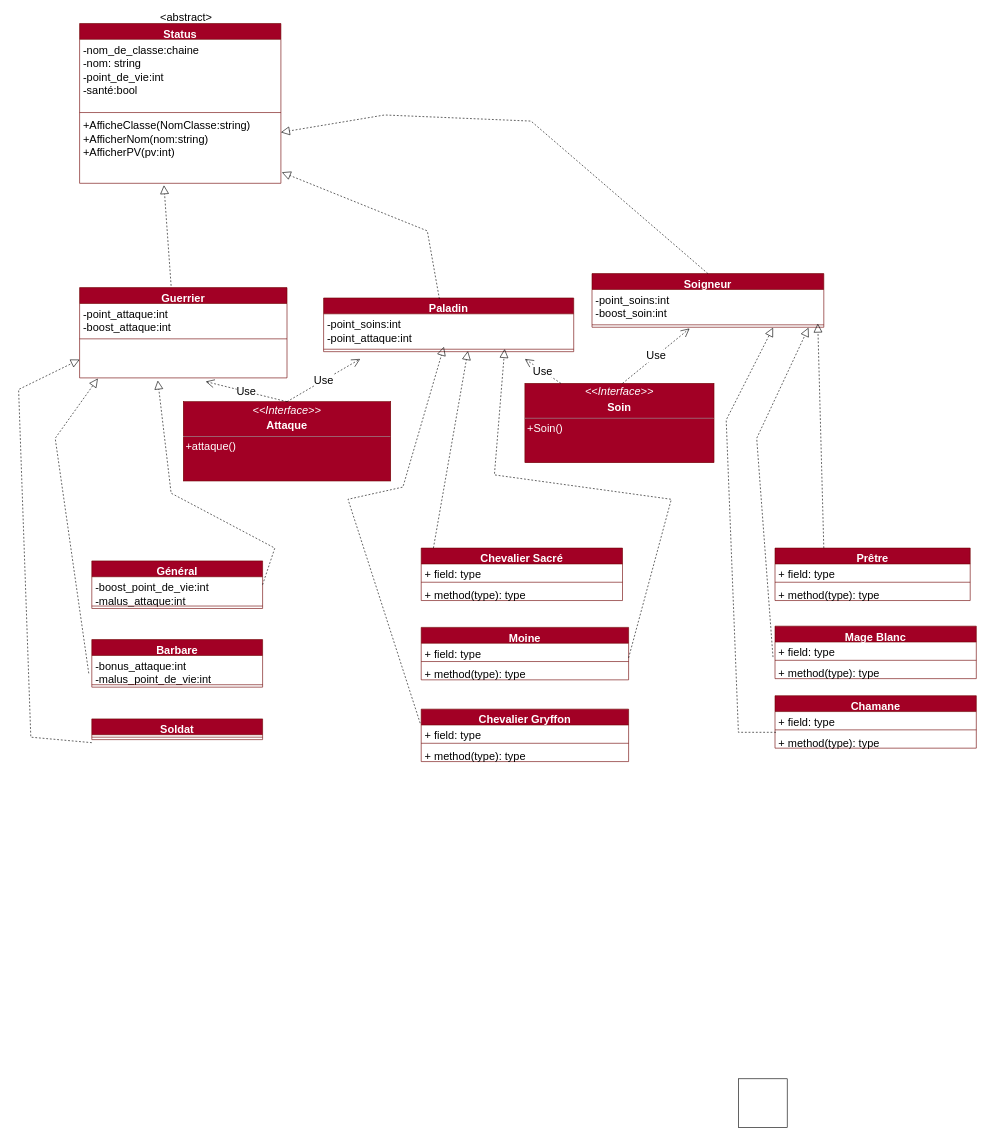
noe-bbat/pootp keeps this draw.io diagram as page "Page-2" (2 of 2) of Diagramme sans nom.drawio. Above is the earlier version. Source tidied: cells renumbered, new cells numbered last; positions are measured from the earlier drawing's top-left corner, leaving out a move shared by most shapes. Both pictures are drawn from the tidied source at 61%, with x=0, y=0 at pixel (18, 11).
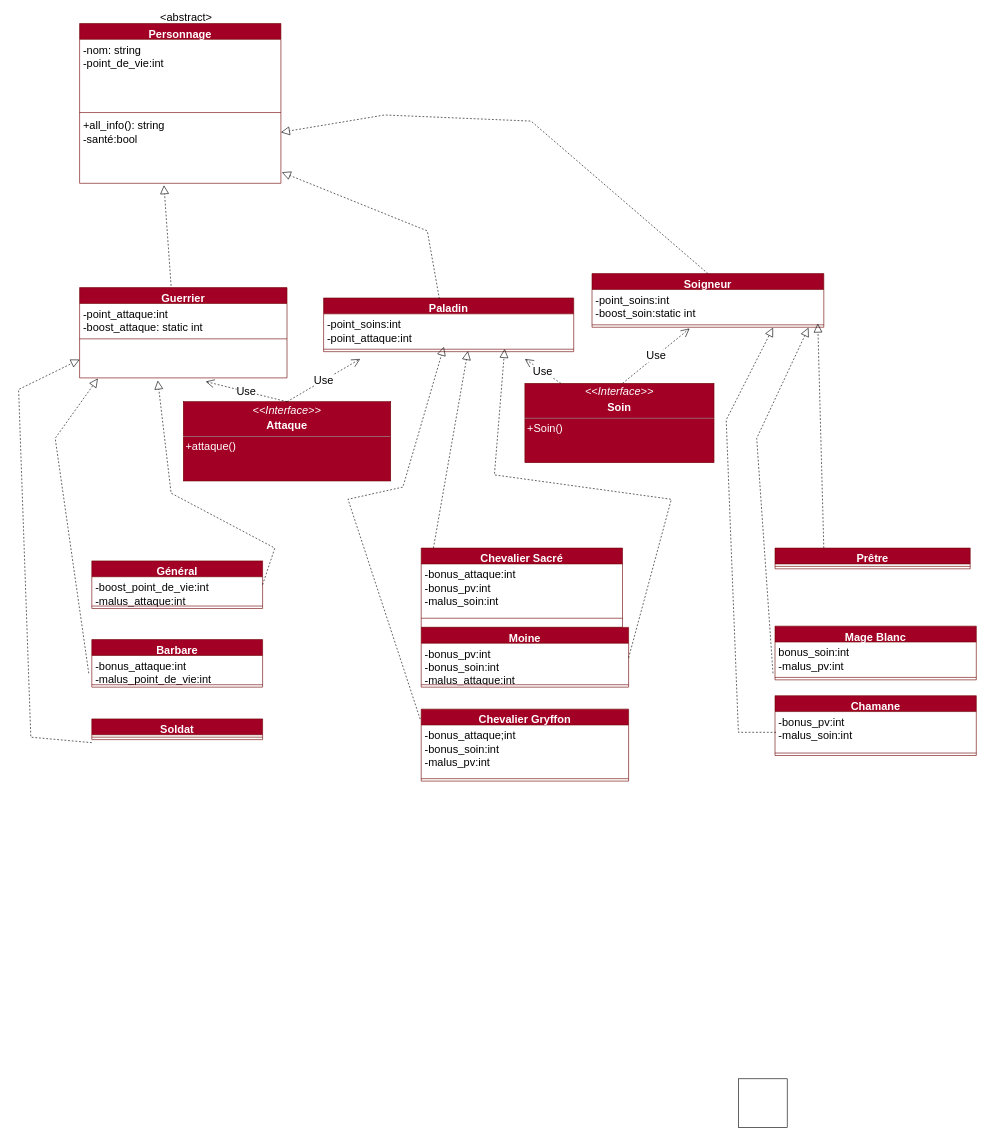
After the change.

Commit message:
Mettre à jour Diagramme sans nom.drawio

The change refers to these unchanged cells:
```xml
<mxCell id="7" value="Guerrier" style="swimlane;fontStyle=1;align=center;verticalAlign=top;horizontal=1;startSize=26;fontSize=18;fillColor=#a20025;fontColor=#ffffff;strokeColor=#6F0000;" parent="1" vertex="1">
  <mxGeometry x="100" y="453" width="340" height="148" as="geometry" />
</mxCell>
<mxCell id="11" value="Soigneur" style="swimlane;fontStyle=1;align=center;verticalAlign=top;horizontal=1;startSize=26;fontSize=18;fillColor=#a20025;fontColor=#ffffff;strokeColor=#6F0000;" parent="1" vertex="1">
  <mxGeometry x="940" y="430" width="380" height="88" as="geometry" />
</mxCell>
<mxCell id="13" style="line;strokeWidth=1;fillColor=none;align=left;verticalAlign=middle;spacingTop=-1;spacingLeft=3;spacingRight=3;labelPosition=right;points=[];portConstraint=eastwest;strokeColor=inherit;fontSize=18;" parent="11" vertex="1">
  <mxGeometry y="80" width="380" height="8" as="geometry" />
</mxCell>
```

What changed in the source:
```diff
@@
-    <mxCell id="3" value="Status&#10;" style="swimlane;fontStyle=1;align=center;verticalAlign=top;horizontal=1;startSize=26;fontSize=18;fillColor=#a20025;fontColor=#ffffff;strokeColor=#6F0000;" parent="1" vertex="1">
+    <mxCell id="3" value="Personnage&#10;" style="swimlane;fontStyle=1;align=center;verticalAlign=top;horizontal=1;startSize=26;fontSize=18;fillColor=#a20025;fontColor=#ffffff;strokeColor=#6F0000;" parent="1" vertex="1">
       <mxGeometry x="100" y="20" width="330" height="262" as="geometry" />
     </mxCell>
-    <mxCell id="4" value="-nom_de_classe:chaine&#10;-nom: string&#10;-point_de_vie:int&#10;-santé:bool&#10;&#10;" style="text;strokeColor=none;fillColor=none;align=left;verticalAlign=top;spacingLeft=4;spacingRight=4;overflow=hidden;fontSize=18;" parent="3" vertex="1">
+    <mxCell id="4" value="-nom: string&#10;-point_de_vie:int&#10;&#10;&#10;" style="text;strokeColor=none;fillColor=none;align=left;verticalAlign=top;spacingLeft=4;spacingRight=4;overflow=hidden;fontSize=18;" parent="3" vertex="1">
       <mxGeometry y="26" width="330" height="116" as="geometry" />
     </mxCell>
@@
-    <mxCell id="6" value="+AfficheClasse(NomClasse:string)&#10;+AfficherNom(nom:string)&#10;+AfficherPV(pv:int)&#10;&#10;&#10;&#10;&#10;&#10;&#10;" style="text;strokeColor=none;fillColor=none;align=left;verticalAlign=top;spacingLeft=4;spacingRight=4;overflow=hidden;points=[[0,0.5],[1,0.5]];portConstraint=eastwest;fontSize=18;" parent="3" vertex="1">
+    <mxCell id="6" value="+all_info(): string&#10;-santé:bool&#10;&#10;&#10;&#10;&#10;&#10;&#10;" style="text;strokeColor=none;fillColor=none;align=left;verticalAlign=top;spacingLeft=4;spacingRight=4;overflow=hidden;points=[[0,0.5],[1,0.5]];portConstraint=eastwest;fontSize=18;" parent="3" vertex="1">
       <mxGeometry y="150" width="330" height="112" as="geometry" />
     </mxCell>
@@
-    <mxCell id="8" value="-point_attaque:int&#10;-boost_attaque:int&#10;" style="text;strokeColor=none;fillColor=none;align=left;verticalAlign=top;spacingLeft=4;spacingRight=4;overflow=hidden;fontSize=18;" parent="7" vertex="1">
+    <mxCell id="8" value="-point_attaque:int&#10;-boost_attaque: static int&#10;" style="text;strokeColor=none;fillColor=none;align=left;verticalAlign=top;spacingLeft=4;spacingRight=4;overflow=hidden;fontSize=18;" parent="7" vertex="1">
       <mxGeometry y="26" width="340" height="54" as="geometry" />
     </mxCell>
@@
-    <mxCell id="12" value="-point_soins:int&#10;-boost_soin:int&#10;" style="text;strokeColor=none;fillColor=none;align=left;verticalAlign=top;spacingLeft=4;spacingRight=4;overflow=hidden;fontSize=18;" parent="11" vertex="1">
+    <mxCell id="12" value="-point_soins:int&#10;-boost_soin:static int&#10;" style="text;strokeColor=none;fillColor=none;align=left;verticalAlign=top;spacingLeft=4;spacingRight=4;overflow=hidden;fontSize=18;" parent="11" vertex="1">
       <mxGeometry y="26" width="380" height="54" as="geometry" />
     </mxCell>
@@
     <mxCell id="35" value="Chevalier Sacré" style="swimlane;fontStyle=1;align=center;verticalAlign=top;horizontal=1;startSize=26;fontSize=18;fillColor=#a20025;fontColor=#ffffff;strokeColor=#6F0000;" parent="1" vertex="1">
-      <mxGeometry x="660" y="880" width="330" height="86" as="geometry" />
+      <mxGeometry x="660" y="880" width="330" height="130" as="geometry" />
     </mxCell>
@@
-    <mxCell id="37" value="+ field: type" style="text;strokeColor=none;fillColor=none;align=left;verticalAlign=top;spacingLeft=4;spacingRight=4;overflow=hidden;fontSize=18;" parent="35" vertex="1">
-      <mxGeometry y="26" width="330" height="26" as="geometry" />
+    <mxCell id="37" value="-bonus_attaque:int&#10;-bonus_pv:int&#10;-malus_soin:int&#10;&#10;" style="text;strokeColor=none;fillColor=none;align=left;verticalAlign=top;spacingLeft=4;spacingRight=4;overflow=hidden;fontSize=18;" parent="35" vertex="1">
+      <mxGeometry y="26" width="330" height="74" as="geometry" />
     </mxCell>
     <mxCell id="38" style="line;strokeWidth=1;fillColor=none;align=left;verticalAlign=middle;spacingTop=-1;spacingLeft=3;spacingRight=3;labelPosition=right;strokeColor=inherit;fontSize=18;" parent="35" vertex="1">
-      <mxGeometry y="52" width="330" height="8" as="geometry" />
+      <mxGeometry y="100" width="330" height="30" as="geometry" />
     </mxCell>
-    <mxCell id="39" value="+ method(type): type" style="text;strokeColor=none;fillColor=none;align=left;verticalAlign=top;spacingLeft=4;spacingRight=4;overflow=hidden;fontSize=18;" parent="35" vertex="1">
-      <mxGeometry y="60" width="330" height="26" as="geometry" />
-    </mxCell>
     <mxCell id="40" value="Moine" style="swimlane;fontStyle=1;align=center;verticalAlign=top;horizontal=1;startSize=26;fontSize=18;fillColor=#a20025;fontColor=#ffffff;strokeColor=#6F0000;" parent="1" vertex="1">
-      <mxGeometry x="660" y="1010" width="340" height="86" as="geometry" />
+      <mxGeometry x="660" y="1010" width="340" height="98" as="geometry" />
     </mxCell>
-    <mxCell id="41" value="+ field: type" style="text;strokeColor=none;fillColor=none;align=left;verticalAlign=top;spacingLeft=4;spacingRight=4;overflow=hidden;fontSize=18;" parent="40" vertex="1">
-      <mxGeometry y="26" width="340" height="26" as="geometry" />
+    <mxCell id="41" value="-bonus_pv:int&#10;-bonus_soin:int&#10;-malus_attaque:int&#10;" style="text;strokeColor=none;fillColor=none;align=left;verticalAlign=top;spacingLeft=4;spacingRight=4;overflow=hidden;fontSize=18;" parent="40" vertex="1">
+      <mxGeometry y="26" width="340" height="64" as="geometry" />
     </mxCell>
     <mxCell id="42" style="line;strokeWidth=1;fillColor=none;align=left;verticalAlign=middle;spacingTop=-1;spacingLeft=3;spacingRight=3;labelPosition=right;strokeColor=inherit;fontSize=18;" parent="40" vertex="1">
-      <mxGeometry y="52" width="340" height="8" as="geometry" />
+      <mxGeometry y="90" width="340" height="8" as="geometry" />
     </mxCell>
-    <mxCell id="43" value="+ method(type): type" style="text;strokeColor=none;fillColor=none;align=left;verticalAlign=top;spacingLeft=4;spacingRight=4;overflow=hidden;fontSize=18;" parent="40" vertex="1">
-      <mxGeometry y="60" width="340" height="26" as="geometry" />
-    </mxCell>
     <mxCell id="44" value="Chevalier Gryffon" style="swimlane;fontStyle=1;align=center;verticalAlign=top;horizontal=1;startSize=26;fontSize=18;fillColor=#a20025;fontColor=#ffffff;strokeColor=#6F0000;" parent="1" vertex="1">
-      <mxGeometry x="660" y="1144" width="340" height="86" as="geometry" />
+      <mxGeometry x="660" y="1144" width="340" height="118" as="geometry" />
     </mxCell>
-    <mxCell id="45" value="+ field: type" style="text;strokeColor=none;fillColor=none;align=left;verticalAlign=top;spacingLeft=4;spacingRight=4;overflow=hidden;points=[[0,0.5],[1,0.5]];portConstraint=eastwest;fontSize=18;" parent="44" vertex="1">
-      <mxGeometry y="26" width="340" height="26" as="geometry" />
+    <mxCell id="45" value="-bonus_attaque;int&#10;-bonus_soin:int&#10;-malus_pv:int&#10;" style="text;strokeColor=none;fillColor=none;align=left;verticalAlign=top;spacingLeft=4;spacingRight=4;overflow=hidden;points=[[0,0.5],[1,0.5]];portConstraint=eastwest;fontSize=18;" parent="44" vertex="1">
+      <mxGeometry y="26" width="340" height="84" as="geometry" />
     </mxCell>
     <mxCell id="46" style="line;strokeWidth=1;fillColor=none;align=left;verticalAlign=middle;spacingTop=-1;spacingLeft=3;spacingRight=3;labelPosition=right;strokeColor=inherit;fontSize=18;" parent="44" vertex="1">
-      <mxGeometry y="52" width="340" height="8" as="geometry" />
+      <mxGeometry y="110" width="340" height="8" as="geometry" />
     </mxCell>
-    <mxCell id="47" value="+ method(type): type" style="text;strokeColor=none;fillColor=none;align=left;verticalAlign=top;spacingLeft=4;spacingRight=4;overflow=hidden;fontSize=18;" parent="44" vertex="1">
-      <mxGeometry y="60" width="340" height="26" as="geometry" />
-    </mxCell>
     <mxCell id="48" value="Prêtre" style="swimlane;fontStyle=1;align=center;verticalAlign=top;horizontal=1;startSize=26;fontSize=18;fillColor=#a20025;fontColor=#ffffff;strokeColor=#6F0000;" parent="1" vertex="1">
-      <mxGeometry x="1240" y="880" width="320" height="86" as="geometry" />
+      <mxGeometry x="1240" y="880" width="320" height="34" as="geometry" />
     </mxCell>
-    <mxCell id="49" value="+ field: type" style="text;strokeColor=none;fillColor=none;align=left;verticalAlign=top;spacingLeft=4;spacingRight=4;overflow=hidden;fontSize=18;" parent="48" vertex="1">
-      <mxGeometry y="26" width="320" height="26" as="geometry" />
-    </mxCell>
     <mxCell id="50" style="line;strokeWidth=1;fillColor=none;align=left;verticalAlign=middle;spacingTop=-1;spacingLeft=3;spacingRight=3;labelPosition=right;strokeColor=inherit;fontSize=18;" parent="48" vertex="1">
-      <mxGeometry y="52" width="320" height="8" as="geometry" />
+      <mxGeometry y="26" width="320" height="8" as="geometry" />
     </mxCell>
-    <mxCell id="51" value="+ method(type): type" style="text;strokeColor=none;fillColor=none;align=left;verticalAlign=top;spacingLeft=4;spacingRight=4;overflow=hidden;fontSize=18;" parent="48" vertex="1">
-      <mxGeometry y="60" width="320" height="26" as="geometry" />
-    </mxCell>
     <mxCell id="52" value="Mage Blanc" style="swimlane;fontStyle=1;align=center;verticalAlign=top;horizontal=1;startSize=26;fontSize=18;fillColor=#a20025;fontColor=#ffffff;strokeColor=#6F0000;" parent="1" vertex="1">
-      <mxGeometry x="1240" y="1008" width="330" height="86" as="geometry" />
+      <mxGeometry x="1240" y="1008" width="330" height="88" as="geometry" />
     </mxCell>
-    <mxCell id="53" value="+ field: type" style="text;strokeColor=none;fillColor=none;align=left;verticalAlign=top;spacingLeft=4;spacingRight=4;overflow=hidden;points=[[0,0.5],[1,0.5]];portConstraint=eastwest;fontSize=18;" parent="52" vertex="1">
-      <mxGeometry y="26" width="330" height="26" as="geometry" />
+    <mxCell id="53" value="bonus_soin:int&#10;-malus_pv:int&#10;" style="text;strokeColor=none;fillColor=none;align=left;verticalAlign=top;spacingLeft=4;spacingRight=4;overflow=hidden;points=[[0,0.5],[1,0.5]];portConstraint=eastwest;fontSize=18;" parent="52" vertex="1">
+      <mxGeometry y="26" width="330" height="54" as="geometry" />
     </mxCell>
     <mxCell id="54" style="line;strokeWidth=1;fillColor=none;align=left;verticalAlign=middle;spacingTop=-1;spacingLeft=3;spacingRight=3;labelPosition=right;strokeColor=inherit;fontSize=18;" parent="52" vertex="1">
-      <mxGeometry y="52" width="330" height="8" as="geometry" />
+      <mxGeometry y="80" width="330" height="8" as="geometry" />
     </mxCell>
-    <mxCell id="55" value="+ method(type): type" style="text;strokeColor=none;fillColor=none;align=left;verticalAlign=top;spacingLeft=4;spacingRight=4;overflow=hidden;fontSize=18;" parent="52" vertex="1">
-      <mxGeometry y="60" width="330" height="26" as="geometry" />
-    </mxCell>
     <mxCell id="56" value="Chamane" style="swimlane;fontStyle=1;align=center;verticalAlign=top;horizontal=1;startSize=26;fontSize=18;fillColor=#a20025;fontColor=#ffffff;strokeColor=#6F0000;" parent="1" vertex="1">
-      <mxGeometry x="1240" y="1122" width="330" height="86" as="geometry" />
+      <mxGeometry x="1240" y="1122" width="330" height="98" as="geometry" />
     </mxCell>
-    <mxCell id="57" value="+ field: type" style="text;strokeColor=none;fillColor=none;align=left;verticalAlign=top;spacingLeft=4;spacingRight=4;overflow=hidden;fontSize=18;" parent="56" vertex="1">
-      <mxGeometry y="26" width="330" height="26" as="geometry" />
+    <mxCell id="57" value="-bonus_pv:int&#10;-malus_soin:int&#10;" style="text;strokeColor=none;fillColor=none;align=left;verticalAlign=top;spacingLeft=4;spacingRight=4;overflow=hidden;fontSize=18;" parent="56" vertex="1">
+      <mxGeometry y="26" width="330" height="64" as="geometry" />
     </mxCell>
     <mxCell id="58" style="line;strokeWidth=1;fillColor=none;align=left;verticalAlign=middle;spacingTop=-1;spacingLeft=3;spacingRight=3;labelPosition=right;strokeColor=inherit;fontSize=18;" parent="56" vertex="1">
-      <mxGeometry y="52" width="330" height="8" as="geometry" />
+      <mxGeometry y="90" width="330" height="8" as="geometry" />
     </mxCell>
-    <mxCell id="59" value="+ method(type): type" style="text;strokeColor=none;fillColor=none;align=left;verticalAlign=top;spacingLeft=4;spacingRight=4;overflow=hidden;points=[[0,0.5],[1,0.5]];portConstraint=eastwest;fontSize=18;" parent="56" vertex="1">
-      <mxGeometry y="60" width="330" height="26" as="geometry" />
-    </mxCell>
@@
-    <mxCell id="61" style="endArrow=block;dashed=1;endFill=0;endSize=12;html=1;rounded=0;fontSize=18;entryX=0.781;entryY=1.083;entryDx=0;entryDy=0;entryPerimeter=0;exitX=0.005;exitY=0;exitDx=0;exitDy=0;exitPerimeter=0;" parent="1" edge="1" source="59" target="13">
+    <mxCell id="61" style="endArrow=block;dashed=1;endFill=0;endSize=12;html=1;rounded=0;fontSize=18;entryX=0.781;entryY=1.083;entryDx=0;entryDy=0;entryPerimeter=0;exitX=0.005;exitY=0;exitDx=0;exitDy=0;exitPerimeter=0;" parent="1" edge="1" target="13">
       <mxGeometry relative="1" as="geometry">
+        <mxPoint x="1241.7" y="1182" as="sourcePoint" />
         <Array as="points">
           <mxPoint x="1180" y="1182" />
           <mxPoint x="1160" y="670" />
         </Array>
       </mxGeometry>
     </mxCell>
```
